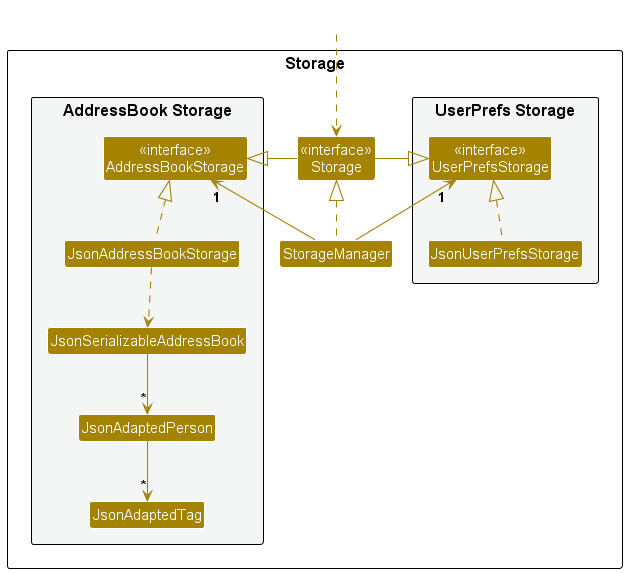
Above: docs/images/StorageClassDiagram.png in nus-cs2103-AY2425S1/tp (PlantUML), before the change.
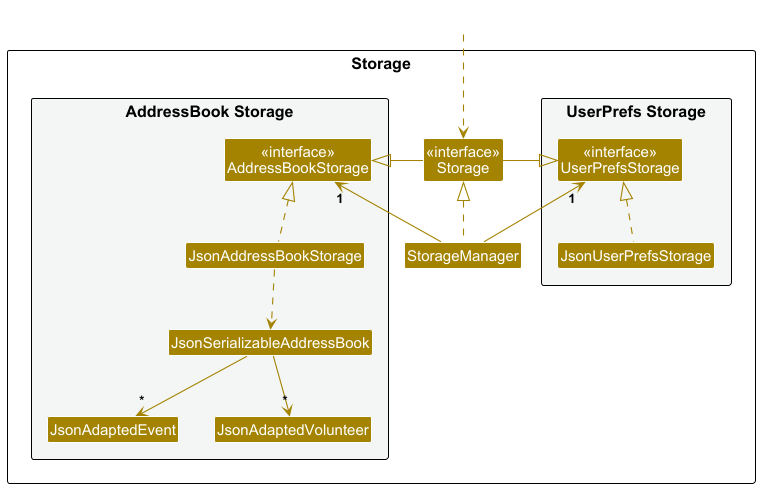
After the change.

What changed in the source:
```diff
@@ -18,8 +18,8 @@
 Class "<<interface>>\nAddressBookStorage" as AddressBookStorage
 Class JsonAddressBookStorage
 Class JsonSerializableAddressBook
-Class JsonAdaptedPerson
-Class JsonAdaptedTag
+Class JsonAdaptedEvent
+Class JsonAdaptedVolunteer
 }
 
 }
@@ -37,7 +37,8 @@
 JsonUserPrefsStorage .up.|> UserPrefsStorage
 JsonAddressBookStorage .up.|> AddressBookStorage
 JsonAddressBookStorage ..> JsonSerializableAddressBook
-JsonSerializableAddressBook --> "*" JsonAdaptedPerson
-JsonAdaptedPerson --> "*" JsonAdaptedTag
+JsonSerializableAddressBook --> "*" JsonAdaptedEvent
+JsonSerializableAddressBook --> "*" JsonAdaptedVolunteer
+
 
 @enduml
```
